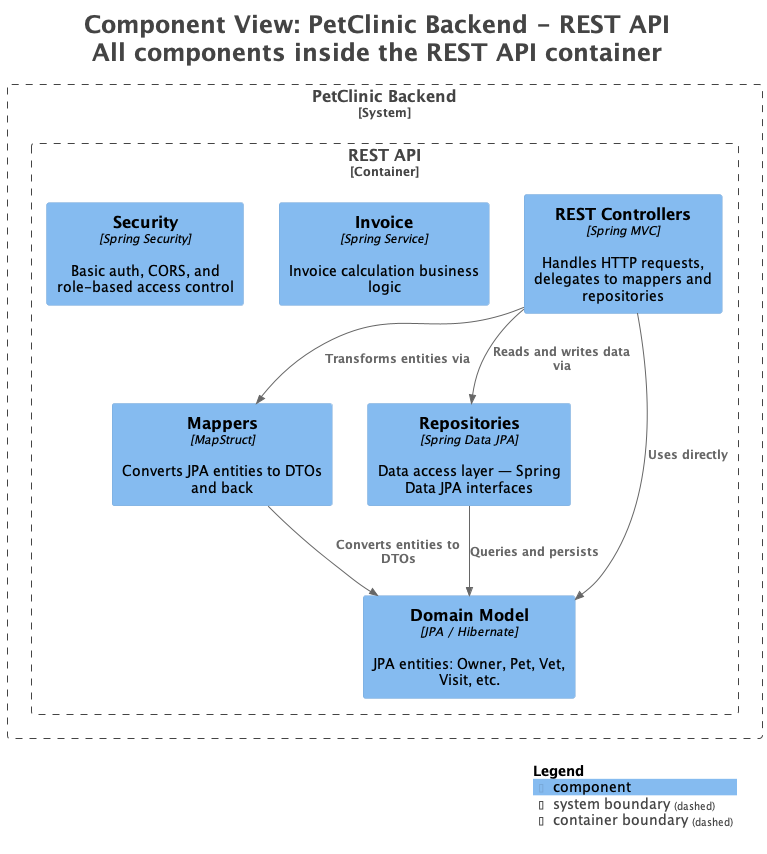
Before: petclinic-backend/docs/c4views/Components.png, a diagram exported from PlantUML (victorrentea/petclinic). The source it was exported from:
```plantuml
@startuml
title <size:24>Component View: PetClinic Backend - REST API</size>\n<size:24>All components inside the REST API container</size>

set separator none
top to bottom direction

<style>
  root {
    BackgroundColor: #ffffff
    FontColor: #444444
  }
</style>

!include <C4/C4>
!include <C4/C4_Context>
!include <C4/C4_Component>

System_Boundary("PetClinicBackend_boundary", "PetClinic Backend", $tags="") {
  Container_Boundary("PetClinicBackend.RESTAPI_boundary", "REST API", $tags="") {
    Component(PetClinicBackend.RESTAPI.Security, "Security", $techn="Spring Security", $descr="Basic auth, CORS, and role-based access control", $tags="", $link="")
    Component(PetClinicBackend.RESTAPI.Invoice, "Invoice", $techn="Spring Service", $descr="Invoice calculation business logic", $tags="", $link="")
    Component(PetClinicBackend.RESTAPI.RESTControllers, "REST Controllers", $techn="Spring MVC", $descr="Handles HTTP requests, delegates to mappers and repositories", $tags="", $link="")
    Component(PetClinicBackend.RESTAPI.Mappers, "Mappers", $techn="MapStruct", $descr="Converts JPA entities to DTOs and back", $tags="", $link="")
    Component(PetClinicBackend.RESTAPI.Repositories, "Repositories", $techn="Spring Data JPA", $descr="Data access layer — Spring Data JPA interfaces", $tags="", $link="")
    Component(PetClinicBackend.RESTAPI.DomainModel, "Domain Model", $techn="JPA / Hibernate", $descr="JPA entities: Owner, Pet, Vet, Visit, etc.", $tags="", $link="")
  }

}

Rel(PetClinicBackend.RESTAPI.RESTControllers, PetClinicBackend.RESTAPI.Repositories, "Reads and writes data via", $techn="", $tags="", $link="")
Rel(PetClinicBackend.RESTAPI.RESTControllers, PetClinicBackend.RESTAPI.Mappers, "Transforms entities via", $techn="", $tags="", $link="")
Rel(PetClinicBackend.RESTAPI.RESTControllers, PetClinicBackend.RESTAPI.DomainModel, "Uses directly", $techn="", $tags="", $link="")
Rel(PetClinicBackend.RESTAPI.Mappers, PetClinicBackend.RESTAPI.DomainModel, "Converts entities to DTOs", $techn="", $tags="", $link="")
Rel(PetClinicBackend.RESTAPI.Repositories, PetClinicBackend.RESTAPI.DomainModel, "Queries and persists", $techn="", $tags="", $link="")

SHOW_LEGEND(true)
hide stereotypes
@enduml
```
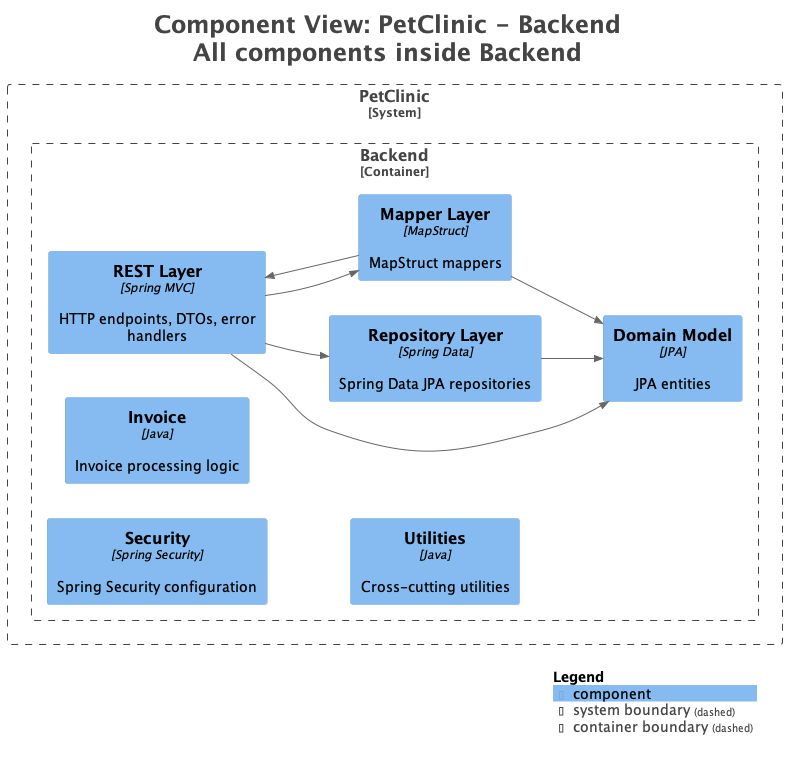
The same diagram one commit later.

What changed in the source:
```diff
@@ -1,8 +1,8 @@
 @startuml
-title <size:24>Component View: PetClinic Backend - REST API</size>\n<size:24>All components inside the REST API container</size>
+title <size:24>Component View: PetClinic - Backend</size>\n<size:24>All components inside Backend</size>
 
 set separator none
-top to bottom direction
+left to right direction
 
 <style>
   root {
@@ -15,23 +15,25 @@
 !include <C4/C4_Context>
 !include <C4/C4_Component>
 
-System_Boundary("PetClinicBackend_boundary", "PetClinic Backend", $tags="") {
-  Container_Boundary("PetClinicBackend.RESTAPI_boundary", "REST API", $tags="") {
-    Component(PetClinicBackend.RESTAPI.Security, "Security", $techn="Spring Security", $descr="Basic auth, CORS, and role-based access control", $tags="", $link="")
-    Component(PetClinicBackend.RESTAPI.Invoice, "Invoice", $techn="Spring Service", $descr="Invoice calculation business logic", $tags="", $link="")
-    Component(PetClinicBackend.RESTAPI.RESTControllers, "REST Controllers", $techn="Spring MVC", $descr="Handles HTTP requests, delegates to mappers and repositories", $tags="", $link="")
-    Component(PetClinicBackend.RESTAPI.Mappers, "Mappers", $techn="MapStruct", $descr="Converts JPA entities to DTOs and back", $tags="", $link="")
-    Component(PetClinicBackend.RESTAPI.Repositories, "Repositories", $techn="Spring Data JPA", $descr="Data access layer — Spring Data JPA interfaces", $tags="", $link="")
-    Component(PetClinicBackend.RESTAPI.DomainModel, "Domain Model", $techn="JPA / Hibernate", $descr="JPA entities: Owner, Pet, Vet, Visit, etc.", $tags="", $link="")
+System_Boundary("PetClinic_boundary", "PetClinic", $tags="") {
+  Container_Boundary("PetClinic.Backend_boundary", "Backend", $tags="") {
+    Component(PetClinic.Backend.RESTLayer, "REST Layer", $techn="Spring MVC", $descr="HTTP endpoints, DTOs, error handlers", $tags="", $link="")
+    Component(PetClinic.Backend.DomainModel, "Domain Model", $techn="JPA", $descr="JPA entities", $tags="", $link="")
+    Component(PetClinic.Backend.RepositoryLayer, "Repository Layer", $techn="Spring Data", $descr="Spring Data JPA repositories", $tags="", $link="")
+    Component(PetClinic.Backend.MapperLayer, "Mapper Layer", $techn="MapStruct", $descr="MapStruct mappers", $tags="", $link="")
+    Component(PetClinic.Backend.Security, "Security", $techn="Spring Security", $descr="Spring Security configuration", $tags="", $link="")
+    Component(PetClinic.Backend.Invoice, "Invoice", $techn="Java", $descr="Invoice processing logic", $tags="", $link="")
+    Component(PetClinic.Backend.Utilities, "Utilities", $techn="Java", $descr="Cross-cutting utilities", $tags="", $link="")
   }
 
 }
 
-Rel(PetClinicBackend.RESTAPI.RESTControllers, PetClinicBackend.RESTAPI.Repositories, "Reads and writes data via", $techn="", $tags="", $link="")
-Rel(PetClinicBackend.RESTAPI.RESTControllers, PetClinicBackend.RESTAPI.Mappers, "Transforms entities via", $techn="", $tags="", $link="")
-Rel(PetClinicBackend.RESTAPI.RESTControllers, PetClinicBackend.RESTAPI.DomainModel, "Uses directly", $techn="", $tags="", $link="")
-Rel(PetClinicBackend.RESTAPI.Mappers, PetClinicBackend.RESTAPI.DomainModel, "Converts entities to DTOs", $techn="", $tags="", $link="")
-Rel(PetClinicBackend.RESTAPI.Repositories, PetClinicBackend.RESTAPI.DomainModel, "Queries and persists", $techn="", $tags="", $link="")
+Rel(PetClinic.Backend.MapperLayer, PetClinic.Backend.DomainModel, "", $techn="", $tags="", $link="")
+Rel(PetClinic.Backend.MapperLayer, PetClinic.Backend.RESTLayer, "", $techn="", $tags="", $link="")
+Rel(PetClinic.Backend.RepositoryLayer, PetClinic.Backend.DomainModel, "", $techn="", $tags="", $link="")
+Rel(PetClinic.Backend.RESTLayer, PetClinic.Backend.DomainModel, "", $techn="", $tags="", $link="")
+Rel(PetClinic.Backend.RESTLayer, PetClinic.Backend.MapperLayer, "", $techn="", $tags="", $link="")
+Rel(PetClinic.Backend.RESTLayer, PetClinic.Backend.RepositoryLayer, "", $techn="", $tags="", $link="")
 
 SHOW_LEGEND(true)
 hide stereotypes
```
